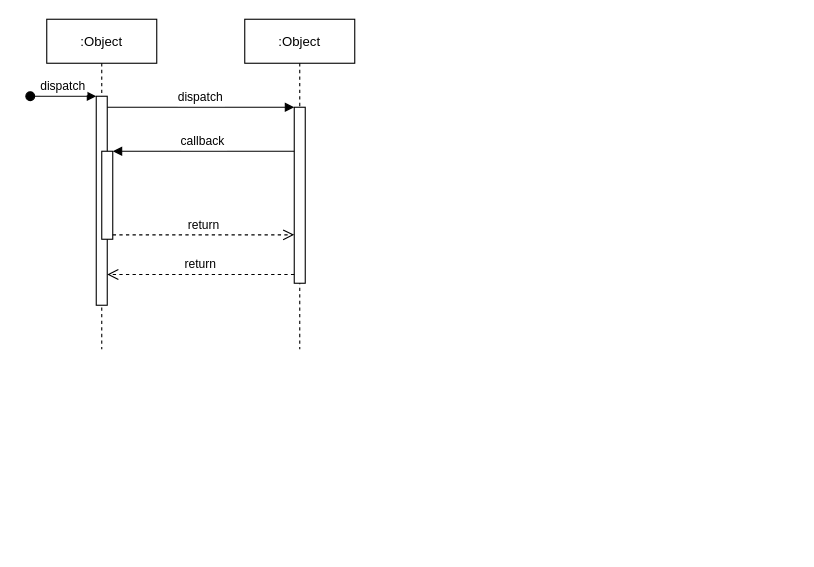
Earlier version of the draw.io diagram Untitled Diagram.drawio (ndhcoder/my-configs). Source tidied: cells renumbered, new cells numbered last; positions are measured from the earlier drawing's top-left corner, leaving out a move shared by most shapes. Both pictures are drawn from the tidied source at 110%, with x=0, y=0 at pixel (30, 19).
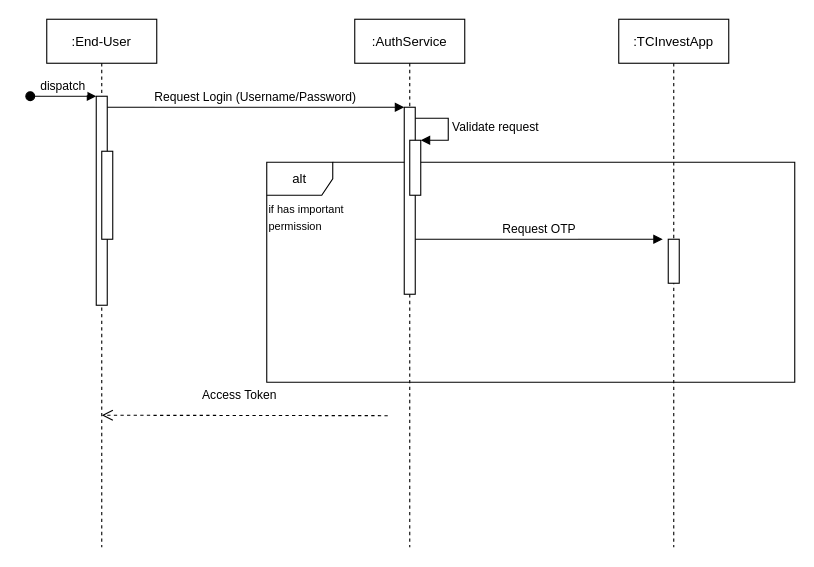
After the change.

The change refers to these unchanged cells:
```xml
<mxCell id="3" style="points=[];perimeter=orthogonalPerimeter;rounded=0;shadow=0;strokeWidth=1;" parent="2" vertex="1">
  <mxGeometry x="45" y="70" width="10" height="190" as="geometry" />
</mxCell>
<mxCell id="5" style="points=[];perimeter=orthogonalPerimeter;rounded=0;shadow=0;strokeWidth=1;" parent="2" vertex="1">
  <mxGeometry x="50" y="120" width="10" height="80" as="geometry" />
</mxCell>
```

What changed in the source:
```diff
@@
-    <mxCell id="2" value=":Object" style="shape=umlLifeline;perimeter=lifelinePerimeter;rounded=0;shadow=0;strokeWidth=1;" parent="1" vertex="1">
-      <mxGeometry x="15" width="100" height="300" as="geometry" />
+    <mxCell id="2" value=":End-User" style="shape=umlLifeline;perimeter=lifelinePerimeter;rounded=0;shadow=0;strokeWidth=1;" parent="1" vertex="1">
+      <mxGeometry x="15" width="100" height="480" as="geometry" />
     </mxCell>
@@
-    <mxCell id="6" value=":Object" style="shape=umlLifeline;perimeter=lifelinePerimeter;rounded=0;shadow=0;strokeWidth=1;" parent="1" vertex="1">
-      <mxGeometry x="195" width="100" height="300" as="geometry" />
+    <mxCell id="6" value=":AuthService" style="shape=umlLifeline;perimeter=lifelinePerimeter;rounded=0;shadow=0;strokeWidth=1;" parent="1" vertex="1">
+      <mxGeometry x="295" width="100" height="480" as="geometry" />
     </mxCell>
+    <mxCell id="12" value="alt" style="shape=umlFrame;whiteSpace=wrap;html=1;" parent="6" vertex="1">
+      <mxGeometry x="-80" y="130" width="480" height="200" as="geometry" />
+    </mxCell>
     <mxCell id="7" style="points=[];perimeter=orthogonalPerimeter;rounded=0;shadow=0;strokeWidth=1;" parent="6" vertex="1">
-      <mxGeometry x="45" y="80" width="10" height="160" as="geometry" />
+      <mxGeometry x="45" y="80" width="10" height="170" as="geometry" />
     </mxCell>
-    <mxCell id="8" value="return" style="verticalAlign=bottom;endArrow=open;dashed=1;endSize=8;exitX=0;exitY=0.95;shadow=0;strokeWidth=1;" parent="1" edge="1" source="7" target="3">
-      <mxGeometry relative="1" as="geometry" />
-    </mxCell>
+    <mxCell id="13" style="html=1;points=[];perimeter=orthogonalPerimeter;" parent="6" vertex="1">
+      <mxGeometry x="50" y="110" width="10" height="50" as="geometry" />
+    </mxCell>
+    <mxCell id="14" value="Validate request" style="edgeStyle=orthogonalEdgeStyle;html=1;align=left;spacingLeft=2;endArrow=block;rounded=0;entryX=1;entryY=0;" parent="6" edge="1" target="13">
+      <mxGeometry relative="1" as="geometry">
+        <mxPoint x="55" y="90" as="sourcePoint" />
+        <Array as="points">
+          <mxPoint x="85" y="90" />
+        </Array>
+      </mxGeometry>
+    </mxCell>
+    <mxCell id="15" value="Request OTP" style="verticalAlign=bottom;endArrow=block;shadow=0;strokeWidth=1;" parent="6" edge="1">
+      <mxGeometry relative="1" as="geometry">
+        <mxPoint x="55" y="200" as="sourcePoint" />
+        <mxPoint x="280" y="200" as="targetPoint" />
+      </mxGeometry>
+    </mxCell>
-    <mxCell id="9" value="dispatch" style="verticalAlign=bottom;endArrow=block;entryX=0;entryY=0;shadow=0;strokeWidth=1;" parent="1" edge="1" source="3" target="7">
+    <mxCell id="9" value="Request Login (Username/Password)" style="verticalAlign=bottom;endArrow=block;entryX=0;entryY=0;shadow=0;strokeWidth=1;" parent="1" edge="1" source="3" target="7">
       <mxGeometry relative="1" as="geometry" />
     </mxCell>
-    <mxCell id="10" value="callback" style="verticalAlign=bottom;endArrow=block;entryX=1;entryY=0;shadow=0;strokeWidth=1;" parent="1" edge="1" source="7" target="5">
-      <mxGeometry relative="1" as="geometry" />
-    </mxCell>
-    <mxCell id="11" value="return" style="verticalAlign=bottom;endArrow=open;dashed=1;endSize=8;exitX=1;exitY=0.95;shadow=0;strokeWidth=1;" parent="1" edge="1" source="5" target="7">
-      <mxGeometry relative="1" as="geometry" />
-    </mxCell>
+    <mxCell id="16" value="Access Token" style="html=1;verticalAlign=bottom;endArrow=open;dashed=1;endSize=8;rounded=0;" parent="1" edge="1">
+      <mxGeometry x="0.04" y="-9" relative="1" as="geometry">
+        <mxPoint x="325" y="360.4" as="sourcePoint" />
+        <mxPoint x="65" y="360" as="targetPoint" />
+      </mxGeometry>
+    </mxCell>
+    <mxCell id="17" value=":TCInvestApp" style="shape=umlLifeline;perimeter=lifelinePerimeter;rounded=0;shadow=0;strokeWidth=1;" parent="1" vertex="1">
+      <mxGeometry x="535" width="100" height="480" as="geometry" />
+    </mxCell>
+    <mxCell id="18" style="perimeter=orthogonalPerimeter;rounded=0;shadow=0;strokeWidth=1;" parent="17" vertex="1">
+      <mxGeometry x="45" y="200" width="10" height="40" as="geometry" />
+    </mxCell>
+    <mxCell id="19" value="&lt;font style=&quot;font-size: 10px;&quot;&gt;if has important&lt;br&gt;permission&lt;/font&gt;" style="text;html=1;align=left;verticalAlign=middle;strokeColor=none;fillColor=none;" parent="1" vertex="1">
+      <mxGeometry x="215" y="160" width="80" height="40" as="geometry" />
+    </mxCell>
```
